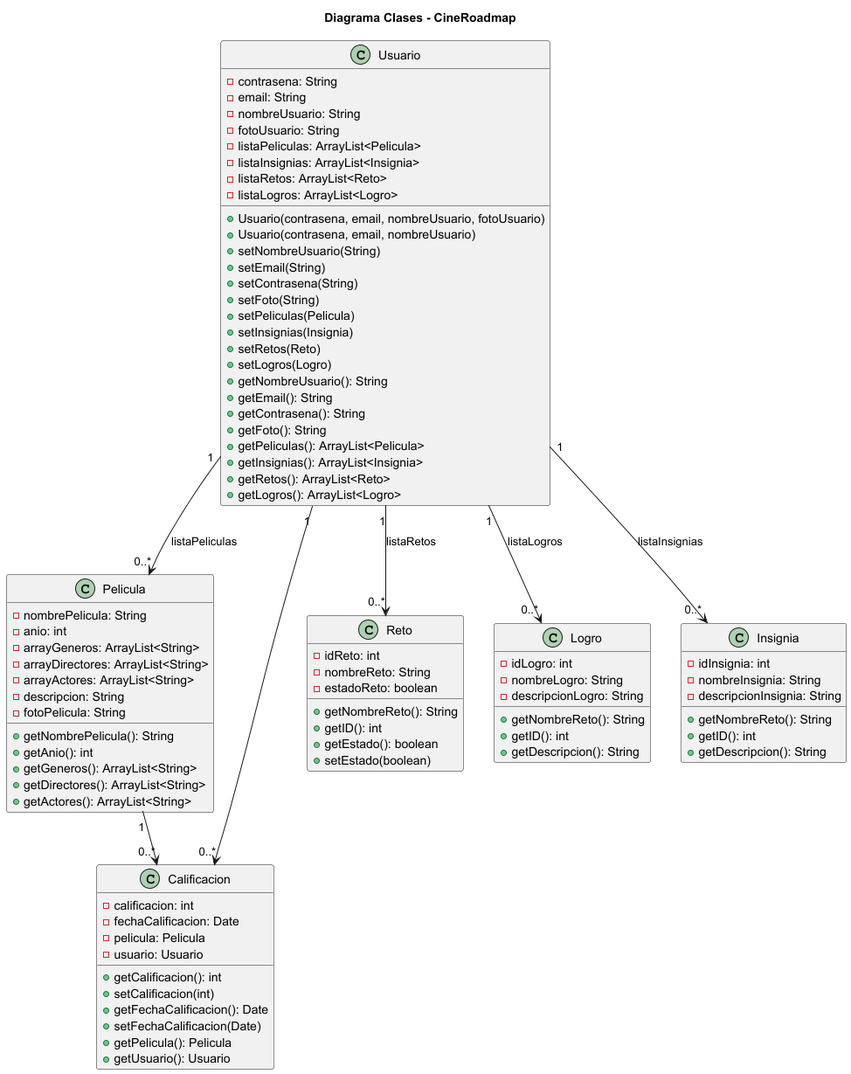
Perales33/Proyecto_Ingenieria_CineRoadmap keeps this PlantUML diagram as src/main/resources/diagramas/imagenes/DiagramaClases-Diagrama_Clases___CineRoadmap.png. Above is the earlier version.
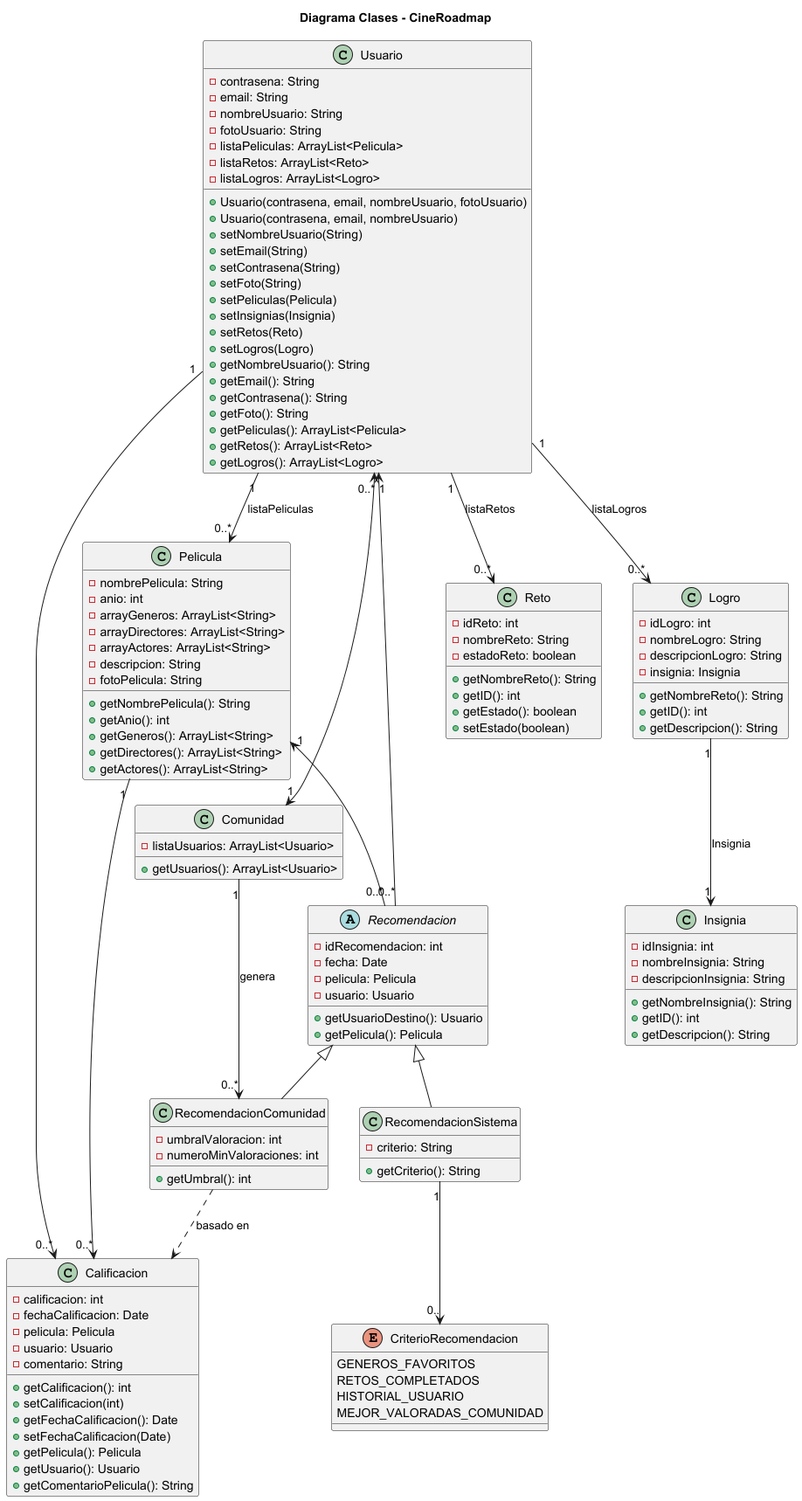
The same file after the commit.

Commit message:
Cambios diagramas

The edit, as a diff of the source:
```diff
@@ -7,7 +7,6 @@
     -nombreUsuario: String
     -fotoUsuario: String
     -listaPeliculas: ArrayList<Pelicula>
-    -listaInsignias: ArrayList<Insignia>
     -listaRetos: ArrayList<Reto>
     -listaLogros: ArrayList<Logro>
     +Usuario(contrasena, email, nombreUsuario, fotoUsuario)
@@ -25,7 +24,6 @@
     +getContrasena(): String
     +getFoto(): String
     +getPeliculas(): ArrayList<Pelicula>
-    +getInsignias(): ArrayList<Insignia>
     +getRetos(): ArrayList<Reto>
     +getLogros(): ArrayList<Logro>
 }
@@ -50,12 +48,14 @@
     -fechaCalificacion: Date
     -pelicula: Pelicula
     -usuario: Usuario
+    -comentario: String
     +getCalificacion(): int
     +setCalificacion(int)
     +getFechaCalificacion(): Date
     +setFechaCalificacion(Date)
     +getPelicula(): Pelicula
     +getUsuario(): Usuario
+    +getComentarioPelicula(): String
 }
 
 class Reto {
@@ -72,6 +72,7 @@
     -idLogro: int
     -nombreLogro: String
     -descripcionLogro: String
+    -insignia: Insignia
     +getNombreReto(): String
     +getID(): int
     +getDescripcion(): String
@@ -81,16 +82,58 @@
     -idInsignia: int
     -nombreInsignia: String
     -descripcionInsignia: String
-    +getNombreReto(): String
+    +getNombreInsignia(): String
     +getID(): int
     +getDescripcion(): String
 }
 
+class Comunidad {
+    -listaUsuarios: ArrayList<Usuario>
+    +getUsuarios(): ArrayList<Usuario>
+}
+
+
+abstract class Recomendacion {
+    -idRecomendacion: int
+    -fecha: Date
+    -pelicula: Pelicula
+    -usuario: Usuario
+    +getUsuarioDestino(): Usuario
+    +getPelicula(): Pelicula
+}
+
+class RecomendacionSistema
+{
+    -criterio: String
+    +getCriterio(): String
+}
+
+enum CriterioRecomendacion {
+    GENEROS_FAVORITOS
+    RETOS_COMPLETADOS
+    HISTORIAL_USUARIO
+    MEJOR_VALORADAS_COMUNIDAD
+}
+
+class RecomendacionComunidad {
+    -umbralValoracion: int
+    -numeroMinValoraciones: int
+    +getUmbral(): int
+}
+
+
 Usuario "1" --> "0..*" Pelicula : listaPeliculas
 Usuario "1" --> "0..*" Calificacion
 Pelicula "1" --> "0..*" Calificacion
-Usuario "1" --> "0..*" Insignia : listaInsignias
+Logro "1" --> "1" Insignia : Insignia
 Usuario "1" --> "0..*" Reto : listaRetos
 Usuario "1" --> "0..*" Logro : listaLogros
-
+Usuario "0..*" <--> "1" Comunidad
+Recomendacion <|-- RecomendacionSistema
+Recomendacion <|-- RecomendacionComunidad
+Usuario "1" <-- "0..*" Recomendacion
+Pelicula "1" <-- "0..*" Recomendacion
+RecomendacionComunidad ..> Calificacion : basado en
+Comunidad "1" --> "0..*" RecomendacionComunidad : genera
+RecomendacionSistema "1" --> "0.." CriterioRecomendacion
 @enduml
```
